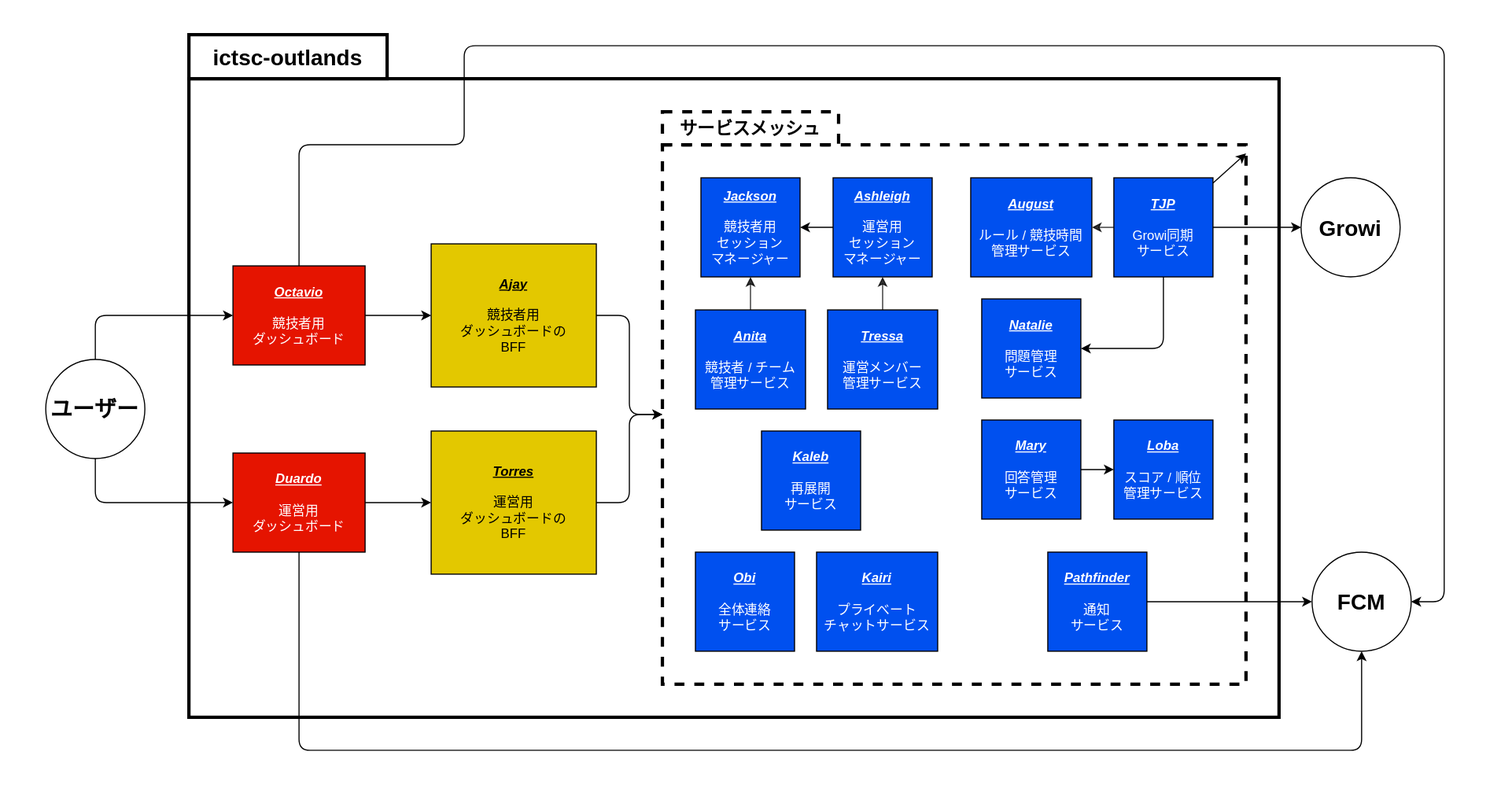
Above: docs/architecture.dio.svg in ictsc/ictsc-regalia (draw.io), before the change. Source tidied: cells renumbered, new cells last; positions are measured from the earlier drawing's top-left corner, leaving out a move shared by most shapes.
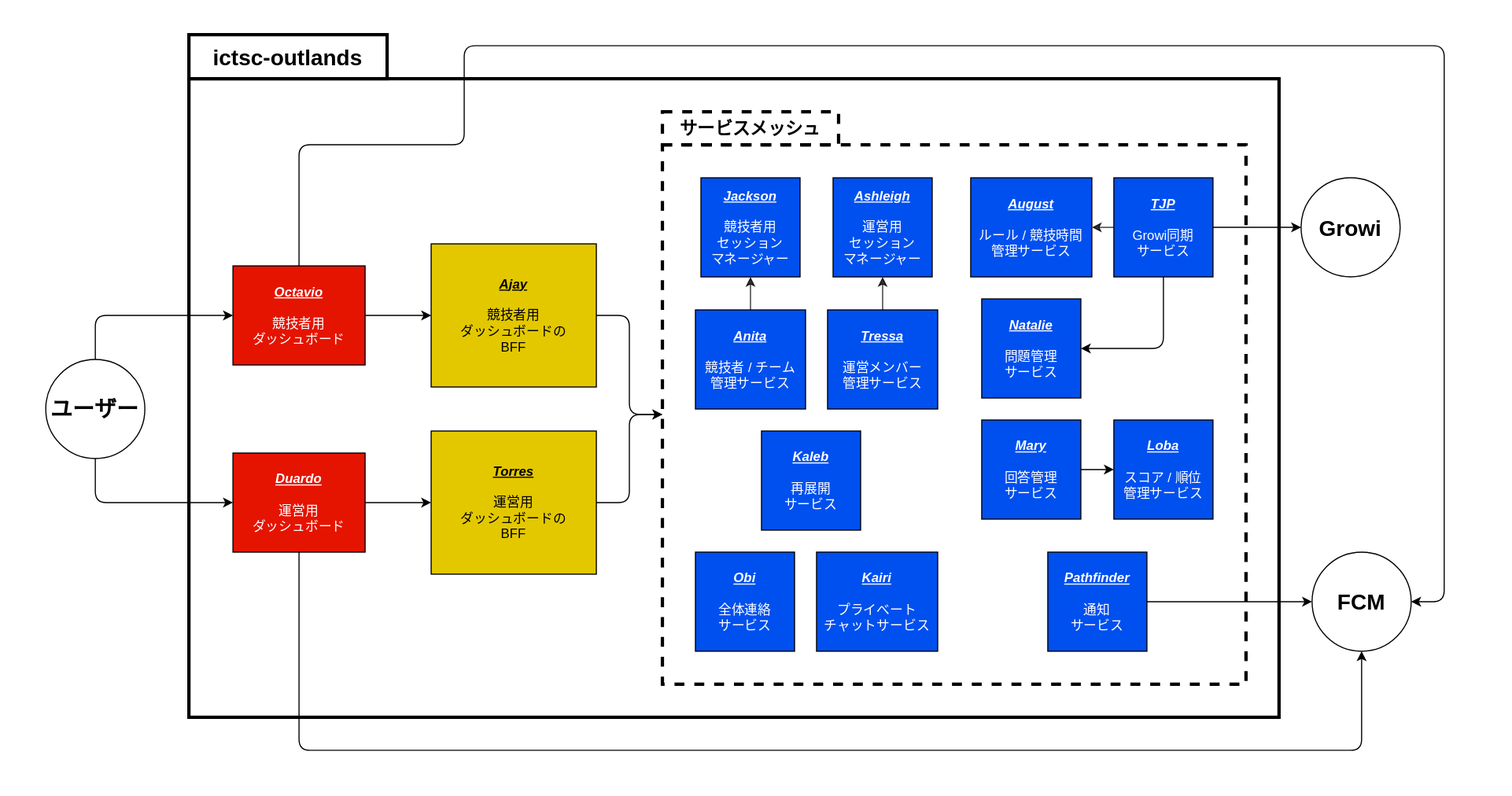
Above is the later version.

What changed in the source:
```diff
@@ -58,9 +58,6 @@
     <mxCell id="18" style="edgeStyle=orthogonalEdgeStyle;html=1;exitX=1;exitY=0.5;exitDx=0;exitDy=0;entryX=0;entryY=0.5;entryDx=0;entryDy=0;strokeColor=#000000;fontColor=#000000;" parent="1" edge="1" source="21" target="42">
       <mxGeometry relative="1" as="geometry" />
     </mxCell>
-    <mxCell id="19" style="edgeStyle=none;html=1;" parent="1" edge="1" source="21" target="13">
-      <mxGeometry relative="1" as="geometry" />
-    </mxCell>
     <mxCell id="20" style="edgeStyle=none;html=1;entryX=1;entryY=0.5;entryDx=0;entryDy=0;strokeWidth=1;endArrow=classic;endFill=1;sourcePerimeterSpacing=0;opacity=80;strokeColor=#000000;" parent="1" edge="1" source="21" target="43">
       <mxGeometry relative="1" as="geometry" />
     </mxCell>
@@ -82,9 +79,6 @@
     <mxCell id="26" value="&lt;b&gt;&lt;i&gt;&lt;u&gt;Loba&lt;br&gt;&lt;/u&gt;&lt;/i&gt;&lt;/b&gt;&lt;br&gt;スコア / 順位&lt;br&gt;管理サービス" style="whiteSpace=wrap;html=1;strokeColor=#000000;fontColor=#ffffff;fillColor=#0050ef;" parent="1" vertex="1">
       <mxGeometry x="1010" y="380" width="90" height="90" as="geometry" />
     </mxCell>
-    <mxCell id="27" style="edgeStyle=none;html=1;" parent="1" edge="1" source="28" target="29">
-      <mxGeometry relative="1" as="geometry" />
-    </mxCell>
     <mxCell id="28" value="&lt;b&gt;&lt;i&gt;&lt;u&gt;Ashleigh&lt;br&gt;&lt;/u&gt;&lt;/i&gt;&lt;/b&gt;&lt;br&gt;運営用&lt;br&gt;セッション&lt;br&gt;マネージャー" style="whiteSpace=wrap;html=1;strokeColor=#000000;fontColor=#ffffff;fillColor=#0050ef;" parent="1" vertex="1">
       <mxGeometry x="755" y="160" width="90" height="90" as="geometry" />
     </mxCell>
```
